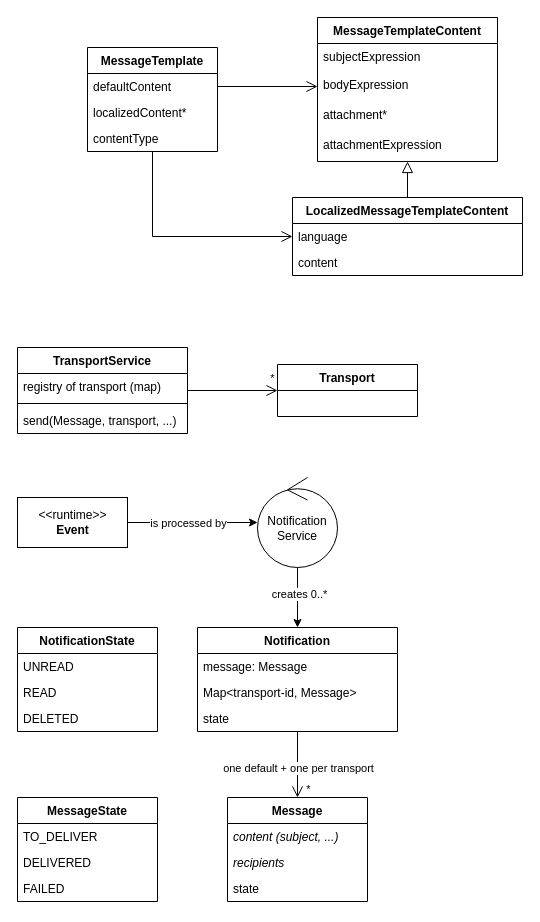
Evolveum/docs keeps this draw.io diagram as midpoint/projects/idmatch/images/notification-hypo-design.drawio. Above is the earlier version. Source tidied: cells renumbered, new cells numbered last; positions are measured from the earlier drawing's top-left corner, leaving out a move shared by most shapes. Both pictures are drawn from the tidied source at 100%, with x=0, y=0 at pixel (17, 17).
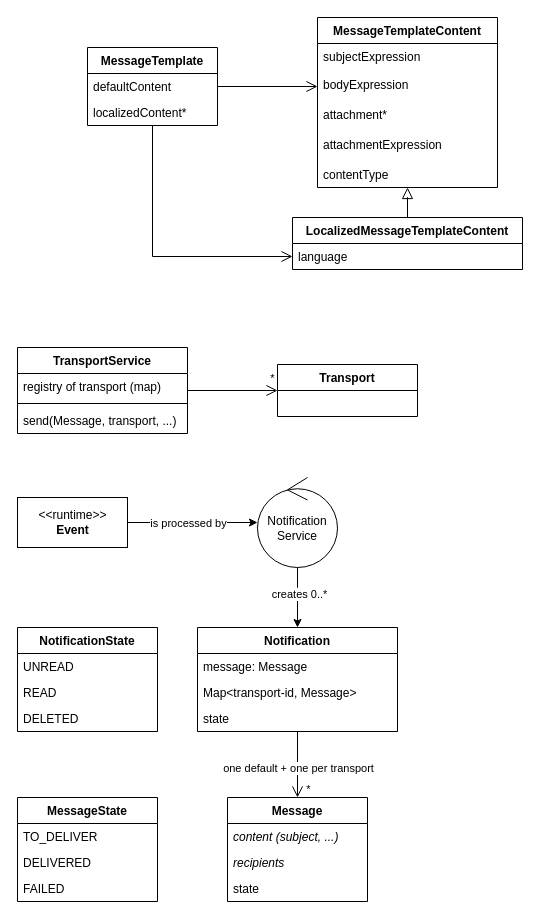
The same diagram, later.

Commit message (it also covers changes not shown here):
notification/velocity/message template docs improvement

Change to the diagram source:
```diff
@@
     <mxCell id="2" value="MessageTemplateContent" style="swimlane;fontStyle=1;horizontal=1;startSize=26;fillColor=none;" parent="1" vertex="1">
-      <mxGeometry x="300" width="180" height="144" as="geometry" />
+      <mxGeometry x="300" width="180" height="170" as="geometry" />
     </mxCell>
@@
+    <mxCell id="11" value="contentType" style="text;strokeColor=none;fillColor=none;align=left;verticalAlign=top;spacingLeft=4;spacingRight=4;overflow=hidden;" parent="2" vertex="1">
+      <mxGeometry y="144" width="180" height="26" as="geometry" />
+    </mxCell>
@@
     <mxCell id="8" value="MessageTemplate" style="swimlane;fontStyle=1;horizontal=1;startSize=26;fillColor=none;" parent="1" vertex="1">
-      <mxGeometry x="70" y="30" width="130" height="104" as="geometry" />
+      <mxGeometry x="70" y="30" width="130" height="78" as="geometry" />
     </mxCell>
@@
-    <mxCell id="11" value="contentType" style="text;strokeColor=none;fillColor=none;align=left;verticalAlign=top;spacingLeft=4;spacingRight=4;overflow=hidden;" parent="8" vertex="1">
-      <mxGeometry y="78" width="130" height="26" as="geometry" />
-    </mxCell>
@@
     <mxCell id="14" value="LocalizedMessageTemplateContent" style="swimlane;fontStyle=1;horizontal=1;startSize=26;fillColor=none;" parent="1" vertex="1">
-      <mxGeometry x="275" y="180" width="230" height="78" as="geometry" />
+      <mxGeometry x="275" y="200" width="230" height="52" as="geometry" />
     </mxCell>
@@
-    <mxCell id="16" value="content" style="text;strokeColor=none;fillColor=none;align=left;verticalAlign=top;spacingLeft=4;spacingRight=4;overflow=hidden;" parent="14" vertex="1">
-      <mxGeometry y="52" width="230" height="26" as="geometry" />
-    </mxCell>
```
